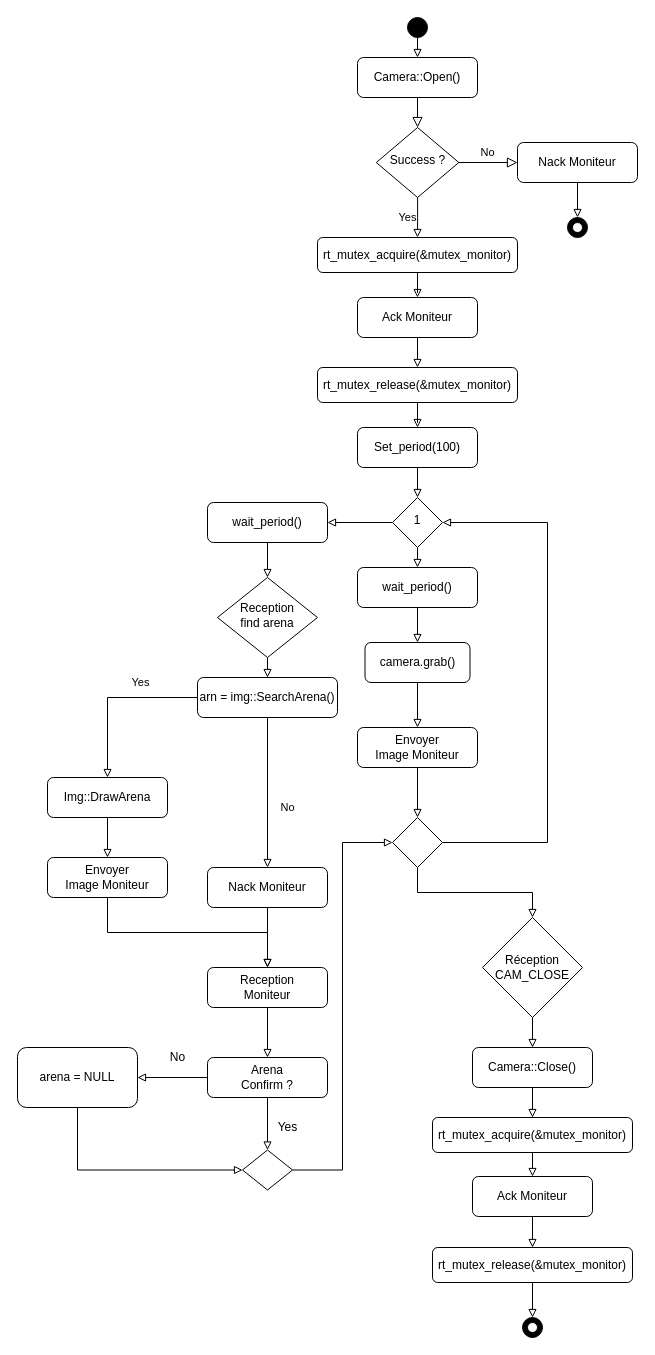
Above: Conception/Thread Camera.drawio in Rayanem/Temps_reel (draw.io), before the change. Source tidied: cells renumbered, new cells numbered last; positions are measured from the earlier drawing's top-left corner, leaving out a move shared by most shapes. Both pictures are drawn from the tidied source at 100%, with x=0, y=0 at pixel (17, 17).
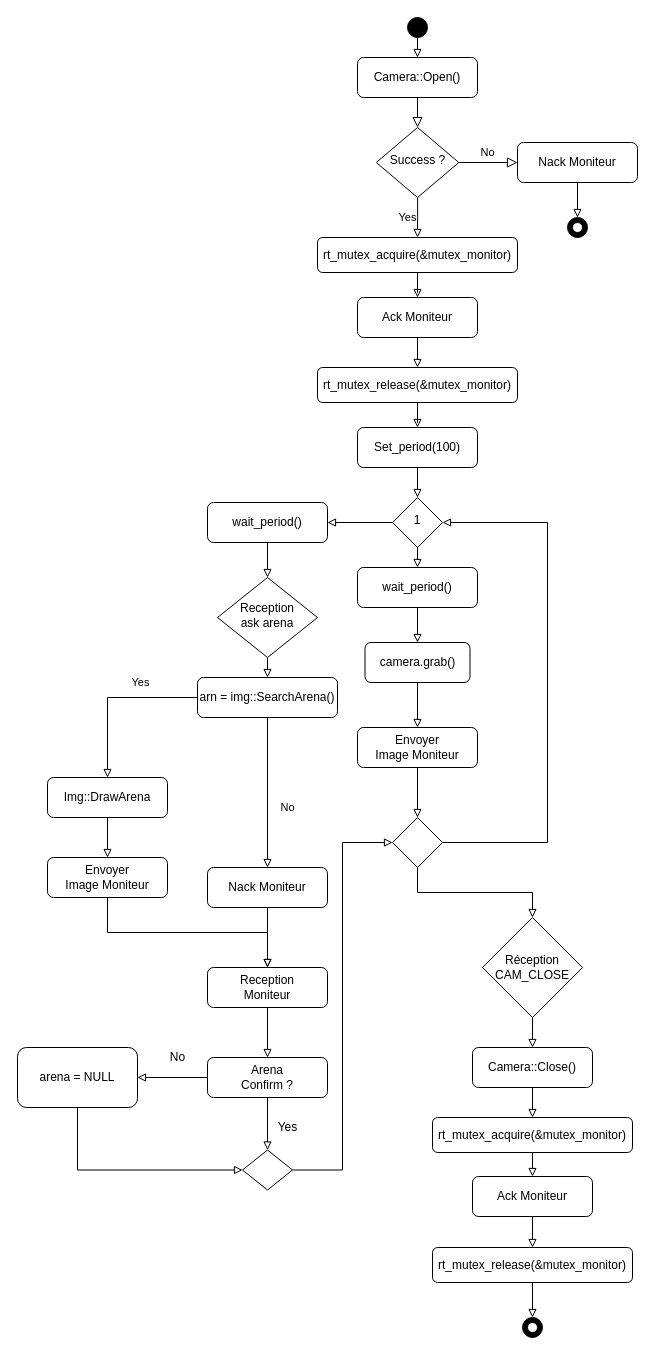
Above is the later version.

Change to the diagram source:
```diff
@@
-    <mxCell id="16" value="&lt;div&gt;Reception&lt;/div&gt;&lt;div&gt;find arena&lt;br&gt;&lt;/div&gt;" style="rhombus;whiteSpace=wrap;html=1;shadow=0;fontFamily=Helvetica;fontSize=12;align=center;strokeWidth=1;spacing=6;spacingTop=-4;" parent="1" vertex="1">
+    <mxCell id="16" value="&lt;div&gt;Reception&lt;/div&gt;&lt;div&gt;ask arena&lt;br&gt;&lt;/div&gt;" style="rhombus;whiteSpace=wrap;html=1;shadow=0;fontFamily=Helvetica;fontSize=12;align=center;strokeWidth=1;spacing=6;spacingTop=-4;" parent="1" vertex="1">
       <mxGeometry x="200" y="560" width="100" height="80" as="geometry" />
     </mxCell>
```
